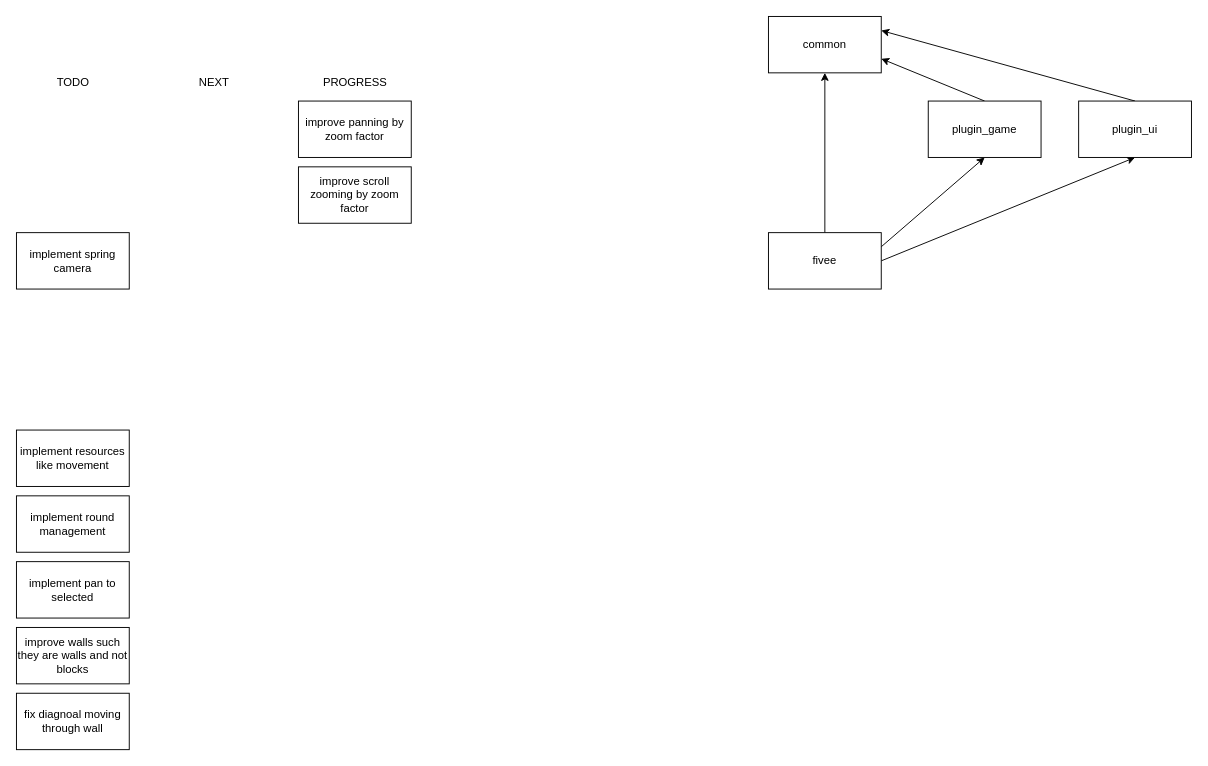
Above: .drawio in horup/fivee (draw.io), before the change. Source tidied: cells renumbered, new cells numbered last; positions are measured from the earlier drawing's top-left corner, leaving out a move shared by most shapes. Both pictures are drawn from the tidied source at 94%, with x=0, y=0 at pixel (16, 16).
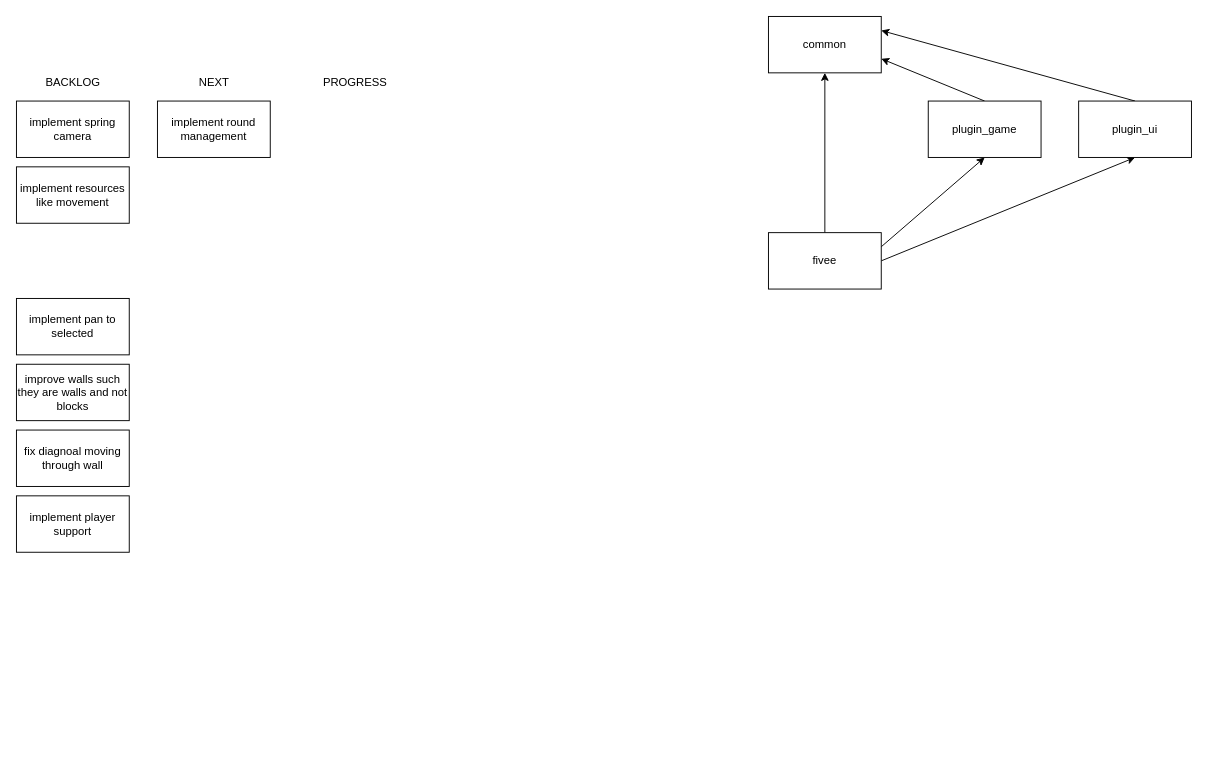
Above is the later version.

Change to the diagram source:
```diff
@@
-    <mxCell id="9" value="improve scroll zooming by zoom factor" style="rounded=0;whiteSpace=wrap;html=1;" parent="1" vertex="1">
-      <mxGeometry x="300" y="160" width="120" height="60" as="geometry" />
-    </mxCell>
-    <mxCell id="10" value="TODO" style="text;html=1;align=center;verticalAlign=middle;strokeColor=none;fillColor=none;" parent="1" vertex="1">
-      <mxGeometry x="30" y="55" width="60" height="30" as="geometry" />
+    <mxCell id="10" value="BACKLOG" style="text;html=1;align=center;verticalAlign=middle;strokeColor=none;fillColor=none;" parent="1" vertex="1">
+      <mxGeometry x="20" y="55" width="80" height="30" as="geometry" />
     </mxCell>
@@
-    <mxCell id="15" value="improve panning by zoom factor" style="rounded=0;whiteSpace=wrap;html=1;" parent="1" vertex="1">
-      <mxGeometry x="300" y="90" width="120" height="60" as="geometry" />
-    </mxCell>
     <mxCell id="16" value="implement spring camera" style="rounded=0;whiteSpace=wrap;html=1;" parent="1" vertex="1">
-      <mxGeometry y="230" width="120" height="60" as="geometry" />
+      <mxGeometry y="90" width="120" height="60" as="geometry" />
     </mxCell>
     <mxCell id="17" value="implement round management" style="rounded=0;whiteSpace=wrap;html=1;" parent="1" vertex="1">
-      <mxGeometry y="510" width="120" height="60" as="geometry" />
+      <mxGeometry x="150" y="90" width="120" height="60" as="geometry" />
     </mxCell>
     <mxCell id="18" value="implement resources like movement" style="rounded=0;whiteSpace=wrap;html=1;" parent="1" vertex="1">
-      <mxGeometry y="440" width="120" height="60" as="geometry" />
+      <mxGeometry y="160" width="120" height="60" as="geometry" />
     </mxCell>
     <mxCell id="19" value="implement pan to selected" style="rounded=0;whiteSpace=wrap;html=1;" parent="1" vertex="1">
-      <mxGeometry y="580" width="120" height="60" as="geometry" />
+      <mxGeometry y="300" width="120" height="60" as="geometry" />
     </mxCell>
     <mxCell id="20" value="improve walls such they are walls and not blocks" style="rounded=0;whiteSpace=wrap;html=1;" parent="1" vertex="1">
-      <mxGeometry y="650" width="120" height="60" as="geometry" />
+      <mxGeometry y="370" width="120" height="60" as="geometry" />
     </mxCell>
     <mxCell id="21" value="fix diagnoal moving through wall" style="rounded=0;whiteSpace=wrap;html=1;" parent="1" vertex="1">
-      <mxGeometry y="720" width="120" height="60" as="geometry" />
+      <mxGeometry y="440" width="120" height="60" as="geometry" />
     </mxCell>
+    <mxCell id="22" value="implement player support" style="rounded=0;whiteSpace=wrap;html=1;" parent="1" vertex="1">
+      <mxGeometry y="510" width="120" height="60" as="geometry" />
+    </mxCell>
```
